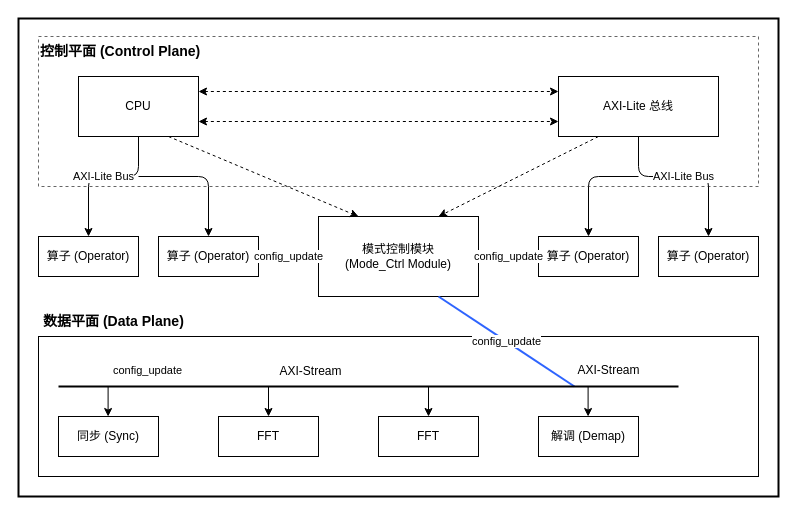
The draw.io diagram img/3.drawio in yyf0101/novelImage, before the edit. Source tidied: cells renumbered, new cells numbered last; positions are measured from the earlier drawing's top-left corner, leaving out a move shared by most shapes. Both pictures are drawn from the tidied source at 100%, with x=0, y=0 at pixel (18, 18).
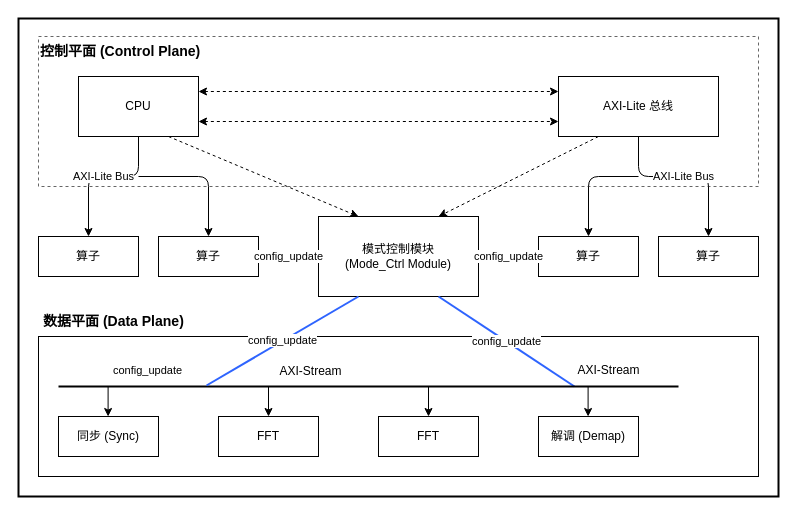
The same page after the edit.

The change refers to these unchanged cells:
```xml
<mxCell id="9" value="模式控制模块&#10;(Mode_Ctrl Module)" style="rounded=0;whiteSpace=wrap;html=1;fillColor=#FFFFFF;strokeColor=#000000;" parent="1" vertex="1">
  <mxGeometry x="300" y="198" width="160" height="80" as="geometry" />
</mxCell>
```

Diff of the diagram source:
```diff
@@
-    <mxCell id="12" value="算子 (Operator)" style="rounded=0;whiteSpace=wrap;html=1;fillColor=#FFFFFF;strokeColor=#000000;" parent="1" vertex="1">
+    <mxCell id="12" value="算子" style="rounded=0;whiteSpace=wrap;html=1;fillColor=#FFFFFF;strokeColor=#000000;" parent="1" vertex="1">
       <mxGeometry x="20" y="218" width="100" height="40" as="geometry" />
     </mxCell>
-    <mxCell id="13" value="算子 (Operator)" style="rounded=0;whiteSpace=wrap;html=1;fillColor=#FFFFFF;strokeColor=#000000;" parent="1" vertex="1">
+    <mxCell id="13" value="算子" style="rounded=0;whiteSpace=wrap;html=1;fillColor=#FFFFFF;strokeColor=#000000;" parent="1" vertex="1">
       <mxGeometry x="140" y="218" width="100" height="40" as="geometry" />
     </mxCell>
-    <mxCell id="14" value="算子 (Operator)" style="rounded=0;whiteSpace=wrap;html=1;fillColor=#FFFFFF;strokeColor=#000000;" parent="1" vertex="1">
+    <mxCell id="14" value="算子" style="rounded=0;whiteSpace=wrap;html=1;fillColor=#FFFFFF;strokeColor=#000000;" parent="1" vertex="1">
       <mxGeometry x="520" y="218" width="100" height="40" as="geometry" />
     </mxCell>
-    <mxCell id="15" value="算子 (Operator)" style="rounded=0;whiteSpace=wrap;html=1;fillColor=#FFFFFF;strokeColor=#000000;" parent="1" vertex="1">
+    <mxCell id="15" value="算子" style="rounded=0;whiteSpace=wrap;html=1;fillColor=#FFFFFF;strokeColor=#000000;" parent="1" vertex="1">
       <mxGeometry x="640" y="218" width="100" height="40" as="geometry" />
     </mxCell>
@@
+    <mxCell id="37" value="config_update" style="endArrow=none;html=1;strokeColor=#2E64FE;strokeWidth=2;exitX=0.25;exitY=1;exitDx=0;exitDy=0;" parent="1" edge="1" source="9">
+      <mxGeometry relative="1" as="geometry">
+        <mxPoint x="188" y="367" as="targetPoint" />
+      </mxGeometry>
+    </mxCell>
```
